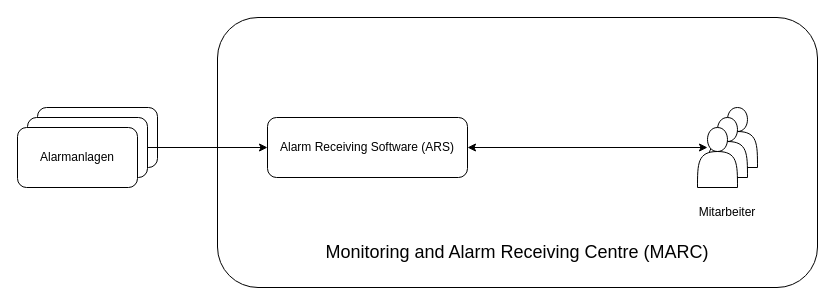
The draw.io diagram drawio/marc_simple.drawio in JadKHaddad/MT, before the edit. Source tidied: cells renumbered, new cells numbered last; positions are measured from the earlier drawing's top-left corner, leaving out a move shared by most shapes. Both pictures are drawn from the tidied source at 100%, with x=0, y=0 at pixel (17, 17).
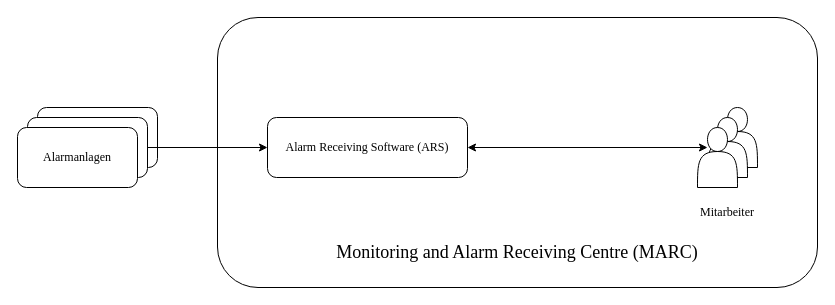
After the change.

What changed in the source:
```diff
@@
 <mxGraphModel>
   <root>
     <mxCell id="0" />
     <mxCell id="1" parent="0" />
-    <mxCell id="2" style="rounded=1;whiteSpace=wrap;html=1;labelPosition=center;verticalLabelPosition=middle;align=center;verticalAlign=middle;" parent="1" vertex="1">
+    <mxCell id="2" style="rounded=1;whiteSpace=wrap;html=1;labelPosition=center;verticalLabelPosition=middle;align=center;verticalAlign=middle;fontFamily=Times New Roman;" parent="1" vertex="1">
       <mxGeometry x="200" width="600" height="270" as="geometry" />
     </mxCell>
-    <mxCell id="3" style="rounded=1;whiteSpace=wrap;html=1;" parent="1" vertex="1">
+    <mxCell id="3" style="rounded=1;whiteSpace=wrap;html=1;fontFamily=Times New Roman;" parent="1" vertex="1">
       <mxGeometry x="20" y="90" width="120" height="60" as="geometry" />
     </mxCell>
-    <mxCell id="4" style="edgeStyle=orthogonalEdgeStyle;rounded=0;jettySize=auto;html=1;exitX=1;exitY=0.5;exitDx=0;exitDy=0;" parent="1" edge="1" source="5" target="7">
+    <mxCell id="4" style="edgeStyle=orthogonalEdgeStyle;rounded=0;jettySize=auto;html=1;exitX=1;exitY=0.5;exitDx=0;exitDy=0;fontFamily=Times New Roman;" parent="1" edge="1" source="5" target="7">
       <mxGeometry relative="1" as="geometry" />
     </mxCell>
-    <mxCell id="5" style="rounded=1;whiteSpace=wrap;html=1;" parent="1" vertex="1">
+    <mxCell id="5" style="rounded=1;whiteSpace=wrap;html=1;fontFamily=Times New Roman;" parent="1" vertex="1">
       <mxGeometry x="10" y="100" width="120" height="60" as="geometry" />
     </mxCell>
-    <mxCell id="6" value="Alarmanlagen" style="rounded=1;whiteSpace=wrap;html=1;" parent="1" vertex="1">
+    <mxCell id="6" value="Alarmanlagen" style="rounded=1;whiteSpace=wrap;html=1;fontFamily=Times New Roman;" parent="1" vertex="1">
       <mxGeometry y="110" width="120" height="60" as="geometry" />
     </mxCell>
-    <mxCell id="7" value="Alarm Receiving Software (ARS)" style="rounded=1;whiteSpace=wrap;html=1;" parent="1" vertex="1">
+    <mxCell id="7" value="Alarm Receiving Software (ARS)" style="rounded=1;whiteSpace=wrap;html=1;fontFamily=Times New Roman;" parent="1" vertex="1">
       <mxGeometry x="250" y="100" width="200" height="60" as="geometry" />
     </mxCell>
-    <mxCell id="8" value="&lt;font style=&quot;font-size: 18px;&quot;&gt;Monitoring and Alarm Receiving Centre (MARC)&lt;/font&gt;" style="text;html=1;whiteSpace=wrap;strokeColor=none;fillColor=none;align=center;verticalAlign=middle;rounded=0;" parent="1" vertex="1">
+    <mxCell id="8" value="&lt;font style=&quot;font-size: 18px;&quot;&gt;Monitoring and Alarm Receiving Centre (MARC)&lt;/font&gt;" style="text;html=1;whiteSpace=wrap;strokeColor=none;fillColor=none;align=center;verticalAlign=middle;rounded=0;fontFamily=Times New Roman;" parent="1" vertex="1">
       <mxGeometry x="274" y="220" width="452" height="30" as="geometry" />
     </mxCell>
-    <mxCell id="9" style="shape=actor;whiteSpace=wrap;html=1;" parent="1" vertex="1">
+    <mxCell id="9" style="shape=actor;whiteSpace=wrap;html=1;fontFamily=Times New Roman;" parent="1" vertex="1">
       <mxGeometry x="700" y="90" width="40" height="60" as="geometry" />
     </mxCell>
-    <mxCell id="10" style="edgeStyle=orthogonalEdgeStyle;rounded=0;jettySize=auto;html=1;startArrow=classic;startFill=1;" parent="1" edge="1" source="11" target="7">
+    <mxCell id="10" style="edgeStyle=orthogonalEdgeStyle;rounded=0;jettySize=auto;html=1;startArrow=classic;startFill=1;fontFamily=Times New Roman;" parent="1" edge="1" source="11" target="7">
       <mxGeometry relative="1" as="geometry" />
     </mxCell>
-    <mxCell id="11" style="shape=actor;whiteSpace=wrap;html=1;" parent="1" vertex="1">
+    <mxCell id="11" style="shape=actor;whiteSpace=wrap;html=1;fontFamily=Times New Roman;" parent="1" vertex="1">
       <mxGeometry x="690" y="100" width="40" height="60" as="geometry" />
     </mxCell>
-    <mxCell id="12" style="shape=actor;whiteSpace=wrap;html=1;" parent="1" vertex="1">
+    <mxCell id="12" style="shape=actor;whiteSpace=wrap;html=1;fontFamily=Times New Roman;" parent="1" vertex="1">
       <mxGeometry x="680" y="110" width="40" height="60" as="geometry" />
     </mxCell>
-    <mxCell id="13" value="Mitarbeiter" style="text;html=1;whiteSpace=wrap;strokeColor=none;fillColor=none;align=center;verticalAlign=middle;rounded=0;" parent="1" vertex="1">
+    <mxCell id="13" value="Mitarbeiter" style="text;html=1;whiteSpace=wrap;strokeColor=none;fillColor=none;align=center;verticalAlign=middle;rounded=0;fontFamily=Times New Roman;" parent="1" vertex="1">
       <mxGeometry x="660" y="180" width="100" height="30" as="geometry" />
     </mxCell>
   </root>
 </mxGraphModel>
```
